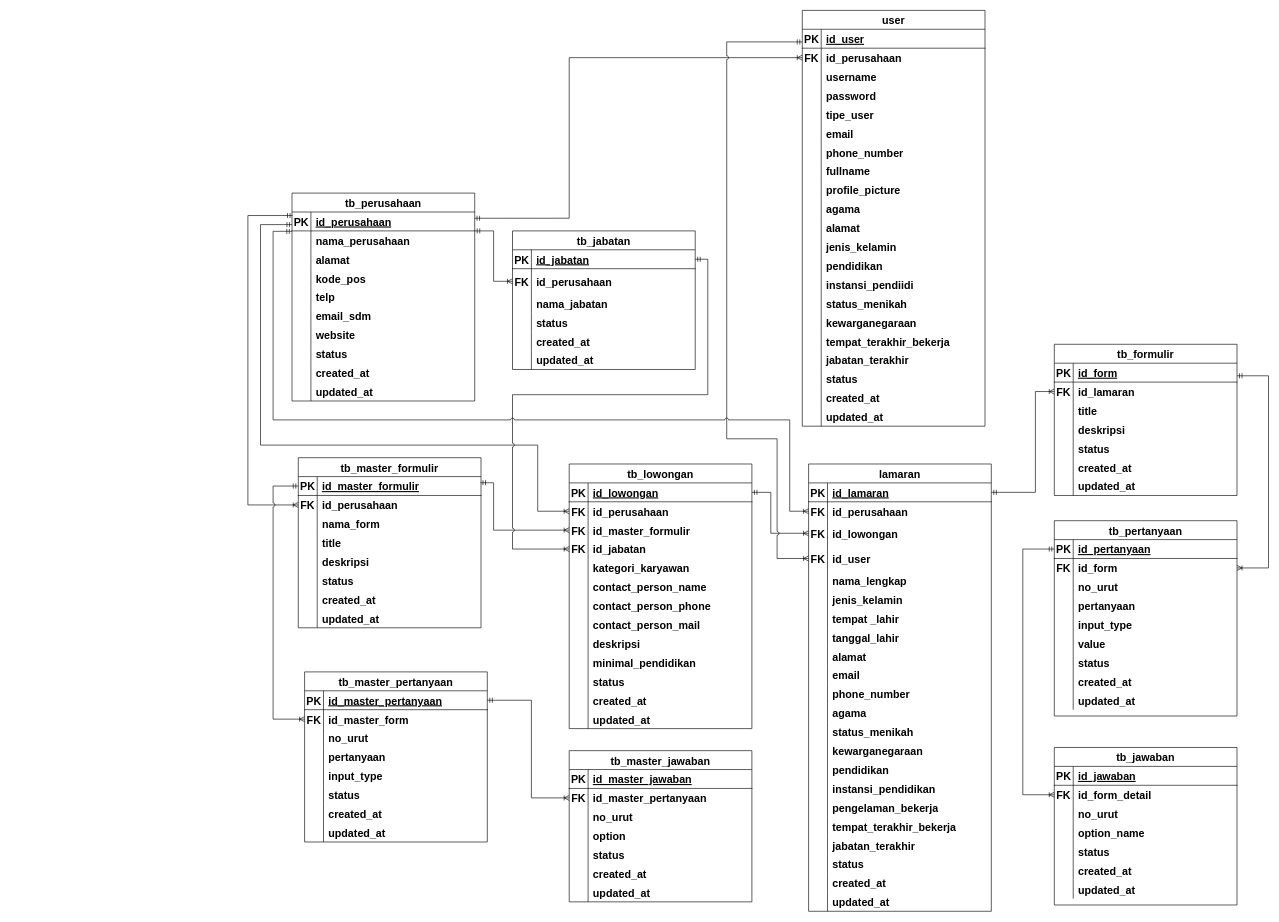
The draw.io diagram page "KONSEPTUAL v2" (5 of 5) of Rancanngan Basis Data.drawio in keys2505/tugas-akhir, before the edit. Source tidied: cells renumbered, new cells numbered last; positions are measured from the earlier drawing's top-left corner, leaving out a move shared by most shapes. Both pictures are drawn from the tidied source at 63%, with x=0, y=0 at pixel (248, 10).
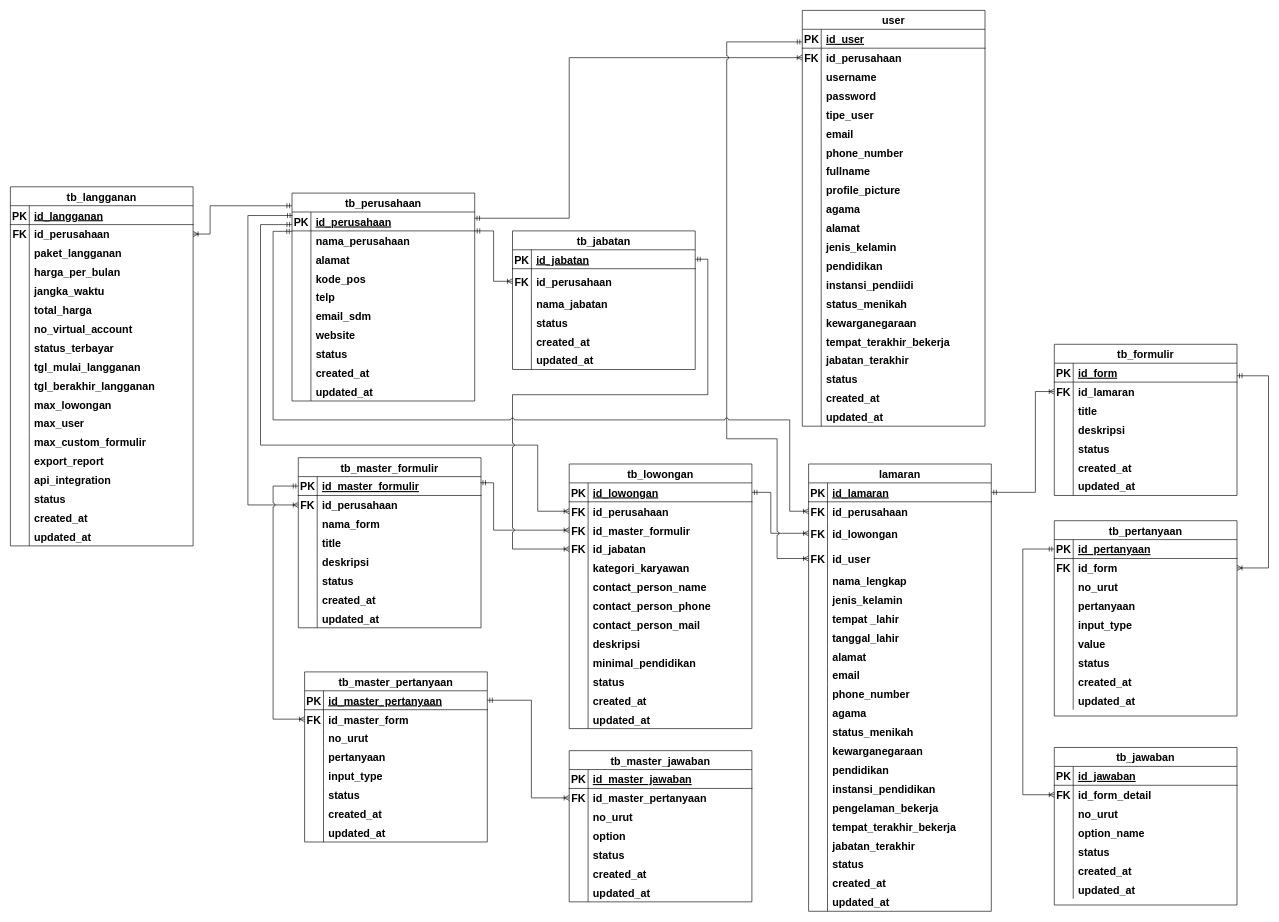
After the change.

The change refers to these unchanged cells:
```xml
<mxCell id="2" value="tb_perusahaan" style="shape=table;startSize=30;childLayout=tableLayout;rowLines=0;fontStyle=1;align=center;fontSize=17;" parent="1" vertex="1">
  <mxGeometry x="70" y="290" width="290" height="330" as="geometry" />
</mxCell>
```

What changed in the source:
```diff
@@
+    <mxCell id="381" value="tb_langganan" style="shape=table;startSize=30;childLayout=tableLayout;rowLines=0;fontStyle=1;align=center;fontSize=17;" parent="1" vertex="1">
+      <mxGeometry x="-377" y="280" width="290" height="570" as="geometry" />
+    </mxCell>
+    <mxCell id="382" style="shape=partialRectangle;fillColor=none;top=0;left=0;right=0;bottom=1;fontSize=17;fontStyle=1;" parent="381" vertex="1">
+      <mxGeometry y="30" width="290" height="30" as="geometry" />
+    </mxCell>
+    <mxCell id="383" value="PK" style="shape=partialRectangle;overflow=hidden;fillColor=none;top=0;left=0;bottom=0;right=0;fontStyle=1;fontSize=17;" parent="382" vertex="1">
+      <mxGeometry width="30" height="30" as="geometry" />
+    </mxCell>
+    <mxCell id="384" value="id_langganan" style="shape=partialRectangle;overflow=hidden;fillColor=none;top=0;left=0;bottom=0;right=0;align=left;spacingLeft=6;fontStyle=5;fontSize=17;" parent="382" vertex="1">
+      <mxGeometry x="30" width="260" height="30" as="geometry" />
+    </mxCell>
+    <mxCell id="385" style="shape=partialRectangle;fillColor=none;points=[[0,0.5],[1,0.5]];portConstraint=eastwest;top=0;left=0;right=0;bottom=0;fontSize=17;fontStyle=1;" parent="381" vertex="1">
+      <mxGeometry y="60" width="290" height="30" as="geometry" />
+    </mxCell>
+    <mxCell id="386" value="FK" style="shape=partialRectangle;overflow=hidden;fillColor=none;top=0;left=0;bottom=0;right=0;fontSize=17;fontStyle=1;" parent="385" vertex="1">
+      <mxGeometry width="30" height="30" as="geometry" />
+    </mxCell>
+    <mxCell id="387" value="id_perusahaan" style="shape=partialRectangle;overflow=hidden;fillColor=none;top=0;left=0;bottom=0;right=0;align=left;spacingLeft=6;fontSize=17;fontStyle=1;" parent="385" vertex="1">
+      <mxGeometry x="30" width="260" height="30" as="geometry" />
+    </mxCell>
+    <mxCell id="388" style="shape=partialRectangle;fillColor=none;top=0;left=0;right=0;bottom=0;fontSize=17;fontStyle=1;" parent="381" vertex="1">
+      <mxGeometry y="90" width="290" height="30" as="geometry" />
+    </mxCell>
+    <mxCell id="389" style="shape=partialRectangle;overflow=hidden;fillColor=none;top=0;left=0;bottom=0;right=0;fontSize=17;fontStyle=1;" parent="388" vertex="1">
+      <mxGeometry width="30" height="30" as="geometry" />
+    </mxCell>
+    <mxCell id="390" value="paket_langganan " style="shape=partialRectangle;overflow=hidden;fillColor=none;top=0;left=0;bottom=0;right=0;align=left;spacingLeft=6;fontSize=17;fontStyle=1;" parent="388" vertex="1">
+      <mxGeometry x="30" width="260" height="30" as="geometry" />
+    </mxCell>
+    <mxCell id="391" style="shape=partialRectangle;fillColor=none;top=0;left=0;right=0;bottom=0;fontSize=17;fontStyle=1;" parent="381" vertex="1">
+      <mxGeometry y="120" width="290" height="30" as="geometry" />
+    </mxCell>
+    <mxCell id="392" style="shape=partialRectangle;overflow=hidden;fillColor=none;top=0;left=0;bottom=0;right=0;fontSize=17;fontStyle=1;" parent="391" vertex="1">
+      <mxGeometry width="30" height="30" as="geometry" />
+    </mxCell>
+    <mxCell id="393" value="harga_per_bulan" style="shape=partialRectangle;overflow=hidden;fillColor=none;top=0;left=0;bottom=0;right=0;align=left;spacingLeft=6;fontSize=17;fontStyle=1;" parent="391" vertex="1">
+      <mxGeometry x="30" width="260" height="30" as="geometry" />
+    </mxCell>
+    <mxCell id="394" style="shape=partialRectangle;fillColor=none;top=0;left=0;right=0;bottom=0;fontSize=17;fontStyle=1;" parent="381" vertex="1">
+      <mxGeometry y="150" width="290" height="30" as="geometry" />
+    </mxCell>
+    <mxCell id="395" style="shape=partialRectangle;overflow=hidden;fillColor=none;top=0;left=0;bottom=0;right=0;fontSize=17;fontStyle=1;" parent="394" vertex="1">
+      <mxGeometry width="30" height="30" as="geometry" />
+    </mxCell>
+    <mxCell id="396" value="jangka_waktu" style="shape=partialRectangle;overflow=hidden;fillColor=none;top=0;left=0;bottom=0;right=0;align=left;spacingLeft=6;fontSize=17;fontStyle=1;" parent="394" vertex="1">
+      <mxGeometry x="30" width="260" height="30" as="geometry" />
+    </mxCell>
+    <mxCell id="397" style="shape=partialRectangle;fillColor=none;top=0;left=0;right=0;bottom=0;fontSize=17;fontStyle=1;" parent="381" vertex="1">
+      <mxGeometry y="180" width="290" height="30" as="geometry" />
+    </mxCell>
+    <mxCell id="398" style="shape=partialRectangle;overflow=hidden;fillColor=none;top=0;left=0;bottom=0;right=0;fontSize=17;fontStyle=1;" parent="397" vertex="1">
+      <mxGeometry width="30" height="30" as="geometry" />
+    </mxCell>
+    <mxCell id="399" value="total_harga" style="shape=partialRectangle;overflow=hidden;fillColor=none;top=0;left=0;bottom=0;right=0;align=left;spacingLeft=6;fontSize=17;fontStyle=1;" parent="397" vertex="1">
+      <mxGeometry x="30" width="260" height="30" as="geometry" />
+    </mxCell>
+    <mxCell id="400" style="shape=partialRectangle;fillColor=none;top=0;left=0;right=0;bottom=0;fontSize=17;fontStyle=1;" parent="381" vertex="1">
+      <mxGeometry y="210" width="290" height="30" as="geometry" />
+    </mxCell>
+    <mxCell id="401" style="shape=partialRectangle;overflow=hidden;fillColor=none;top=0;left=0;bottom=0;right=0;fontSize=17;fontStyle=1;" parent="400" vertex="1">
+      <mxGeometry width="30" height="30" as="geometry" />
+    </mxCell>
+    <mxCell id="402" value="no_virtual_account" style="shape=partialRectangle;overflow=hidden;fillColor=none;top=0;left=0;bottom=0;right=0;align=left;spacingLeft=6;fontSize=17;fontStyle=1;" parent="400" vertex="1">
+      <mxGeometry x="30" width="260" height="30" as="geometry" />
+    </mxCell>
+    <mxCell id="403" style="shape=partialRectangle;fillColor=none;top=0;left=0;right=0;bottom=0;fontSize=17;fontStyle=1;" parent="381" vertex="1">
+      <mxGeometry y="240" width="290" height="30" as="geometry" />
+    </mxCell>
+    <mxCell id="404" style="shape=partialRectangle;overflow=hidden;fillColor=none;top=0;left=0;bottom=0;right=0;fontSize=17;fontStyle=1;" parent="403" vertex="1">
+      <mxGeometry width="30" height="30" as="geometry" />
+    </mxCell>
+    <mxCell id="405" value="status_terbayar" style="shape=partialRectangle;overflow=hidden;fillColor=none;top=0;left=0;bottom=0;right=0;align=left;spacingLeft=6;fontSize=17;fontStyle=1;" parent="403" vertex="1">
+      <mxGeometry x="30" width="260" height="30" as="geometry" />
+    </mxCell>
+    <mxCell id="406" style="shape=partialRectangle;fillColor=none;top=0;left=0;right=0;bottom=0;fontSize=17;fontStyle=1;" parent="381" vertex="1">
+      <mxGeometry y="270" width="290" height="30" as="geometry" />
+    </mxCell>
+    <mxCell id="407" style="shape=partialRectangle;overflow=hidden;fillColor=none;top=0;left=0;bottom=0;right=0;fontSize=17;fontStyle=1;" parent="406" vertex="1">
+      <mxGeometry width="30" height="30" as="geometry" />
+    </mxCell>
+    <mxCell id="408" value="tgl_mulai_langganan" style="shape=partialRectangle;overflow=hidden;fillColor=none;top=0;left=0;bottom=0;right=0;align=left;spacingLeft=6;fontSize=17;fontStyle=1;" parent="406" vertex="1">
+      <mxGeometry x="30" width="260" height="30" as="geometry" />
+    </mxCell>
+    <mxCell id="409" style="shape=partialRectangle;fillColor=none;top=0;left=0;right=0;bottom=0;fontSize=17;fontStyle=1;" parent="381" vertex="1">
+      <mxGeometry y="300" width="290" height="30" as="geometry" />
+    </mxCell>
+    <mxCell id="410" style="shape=partialRectangle;overflow=hidden;fillColor=none;top=0;left=0;bottom=0;right=0;fontSize=17;fontStyle=1;" parent="409" vertex="1">
+      <mxGeometry width="30" height="30" as="geometry" />
+    </mxCell>
+    <mxCell id="411" value="tgl_berakhir_langganan" style="shape=partialRectangle;overflow=hidden;fillColor=none;top=0;left=0;bottom=0;right=0;align=left;spacingLeft=6;fontSize=17;fontStyle=1;" parent="409" vertex="1">
+      <mxGeometry x="30" width="260" height="30" as="geometry" />
+    </mxCell>
+    <mxCell id="412" style="shape=partialRectangle;fillColor=none;top=0;left=0;right=0;bottom=0;fontSize=17;fontStyle=1;" parent="381" vertex="1">
+      <mxGeometry y="330" width="290" height="30" as="geometry" />
+    </mxCell>
+    <mxCell id="413" style="shape=partialRectangle;overflow=hidden;fillColor=none;top=0;left=0;bottom=0;right=0;fontSize=17;fontStyle=1;" parent="412" vertex="1">
+      <mxGeometry width="30" height="30" as="geometry" />
+    </mxCell>
+    <mxCell id="414" value="max_lowongan" style="shape=partialRectangle;overflow=hidden;fillColor=none;top=0;left=0;bottom=0;right=0;align=left;spacingLeft=6;fontSize=17;fontStyle=1;" parent="412" vertex="1">
+      <mxGeometry x="30" width="260" height="30" as="geometry" />
+    </mxCell>
+    <mxCell id="415" style="shape=partialRectangle;fillColor=none;top=0;left=0;right=0;bottom=0;fontSize=17;fontStyle=1;" parent="381" vertex="1">
+      <mxGeometry y="360" width="290" height="30" as="geometry" />
+    </mxCell>
+    <mxCell id="416" style="shape=partialRectangle;overflow=hidden;fillColor=none;top=0;left=0;bottom=0;right=0;fontSize=17;fontStyle=1;" parent="415" vertex="1">
+      <mxGeometry width="30" height="30" as="geometry" />
+    </mxCell>
+    <mxCell id="417" value="max_user" style="shape=partialRectangle;overflow=hidden;fillColor=none;top=0;left=0;bottom=0;right=0;align=left;spacingLeft=6;fontSize=17;fontStyle=1;" parent="415" vertex="1">
+      <mxGeometry x="30" width="260" height="30" as="geometry" />
+    </mxCell>
+    <mxCell id="418" style="shape=partialRectangle;fillColor=none;top=0;left=0;right=0;bottom=0;fontSize=17;fontStyle=1;" parent="381" vertex="1">
+      <mxGeometry y="390" width="290" height="30" as="geometry" />
+    </mxCell>
+    <mxCell id="419" style="shape=partialRectangle;overflow=hidden;fillColor=none;top=0;left=0;bottom=0;right=0;fontSize=17;fontStyle=1;" parent="418" vertex="1">
+      <mxGeometry width="30" height="30" as="geometry" />
+    </mxCell>
+    <mxCell id="420" value="max_custom_formulir" style="shape=partialRectangle;overflow=hidden;fillColor=none;top=0;left=0;bottom=0;right=0;align=left;spacingLeft=6;fontSize=17;fontStyle=1;" parent="418" vertex="1">
+      <mxGeometry x="30" width="260" height="30" as="geometry" />
+    </mxCell>
+    <mxCell id="421" style="shape=partialRectangle;fillColor=none;top=0;left=0;right=0;bottom=0;fontSize=17;fontStyle=1;" parent="381" vertex="1">
+      <mxGeometry y="420" width="290" height="30" as="geometry" />
+    </mxCell>
+    <mxCell id="422" style="shape=partialRectangle;overflow=hidden;fillColor=none;top=0;left=0;bottom=0;right=0;fontSize=17;fontStyle=1;" parent="421" vertex="1">
+      <mxGeometry width="30" height="30" as="geometry" />
+    </mxCell>
+    <mxCell id="423" value="export_report" style="shape=partialRectangle;overflow=hidden;fillColor=none;top=0;left=0;bottom=0;right=0;align=left;spacingLeft=6;fontSize=17;fontStyle=1;" parent="421" vertex="1">
+      <mxGeometry x="30" width="260" height="30" as="geometry" />
+    </mxCell>
+    <mxCell id="424" style="shape=partialRectangle;fillColor=none;top=0;left=0;right=0;bottom=0;fontSize=17;fontStyle=1;" parent="381" vertex="1">
+      <mxGeometry y="450" width="290" height="30" as="geometry" />
+    </mxCell>
+    <mxCell id="425" style="shape=partialRectangle;overflow=hidden;fillColor=none;top=0;left=0;bottom=0;right=0;fontSize=17;fontStyle=1;" parent="424" vertex="1">
+      <mxGeometry width="30" height="30" as="geometry" />
+    </mxCell>
+    <mxCell id="426" value="api_integration" style="shape=partialRectangle;overflow=hidden;fillColor=none;top=0;left=0;bottom=0;right=0;align=left;spacingLeft=6;fontSize=17;fontStyle=1;" parent="424" vertex="1">
+      <mxGeometry x="30" width="260" height="30" as="geometry" />
+    </mxCell>
+    <mxCell id="427" style="shape=partialRectangle;fillColor=none;top=0;left=0;right=0;bottom=0;fontSize=17;fontStyle=1;" parent="381" vertex="1">
+      <mxGeometry y="480" width="290" height="30" as="geometry" />
+    </mxCell>
+    <mxCell id="428" style="shape=partialRectangle;overflow=hidden;fillColor=none;top=0;left=0;bottom=0;right=0;fontSize=17;fontStyle=1;" parent="427" vertex="1">
+      <mxGeometry width="30" height="30" as="geometry" />
+    </mxCell>
+    <mxCell id="429" value="status" style="shape=partialRectangle;overflow=hidden;fillColor=none;top=0;left=0;bottom=0;right=0;align=left;spacingLeft=6;fontSize=17;fontStyle=1;" parent="427" vertex="1">
+      <mxGeometry x="30" width="260" height="30" as="geometry" />
+    </mxCell>
+    <mxCell id="430" style="shape=partialRectangle;fillColor=none;top=0;left=0;right=0;bottom=0;fontSize=17;fontStyle=1;" parent="381" vertex="1">
+      <mxGeometry y="510" width="290" height="30" as="geometry" />
+    </mxCell>
+    <mxCell id="431" style="shape=partialRectangle;overflow=hidden;fillColor=none;top=0;left=0;bottom=0;right=0;fontSize=17;fontStyle=1;" parent="430" vertex="1">
+      <mxGeometry width="30" height="30" as="geometry" />
+    </mxCell>
+    <mxCell id="432" value="created_at" style="shape=partialRectangle;overflow=hidden;fillColor=none;top=0;left=0;bottom=0;right=0;align=left;spacingLeft=6;fontSize=17;fontStyle=1;" parent="430" vertex="1">
+      <mxGeometry x="30" width="260" height="30" as="geometry" />
+    </mxCell>
+    <mxCell id="433" style="shape=partialRectangle;fillColor=none;top=0;left=0;right=0;bottom=0;fontSize=17;fontStyle=1;" parent="381" vertex="1">
+      <mxGeometry y="540" width="290" height="30" as="geometry" />
+    </mxCell>
+    <mxCell id="434" style="shape=partialRectangle;overflow=hidden;fillColor=none;top=0;left=0;bottom=0;right=0;fontSize=17;fontStyle=1;" parent="433" vertex="1">
+      <mxGeometry width="30" height="30" as="geometry" />
+    </mxCell>
+    <mxCell id="435" value="updated_at" style="shape=partialRectangle;overflow=hidden;fillColor=none;top=0;left=0;bottom=0;right=0;align=left;spacingLeft=6;fontSize=17;fontStyle=1;" parent="433" vertex="1">
+      <mxGeometry x="30" width="260" height="30" as="geometry" />
+    </mxCell>
+    <mxCell id="436" style="edgeStyle=orthogonalEdgeStyle;rounded=0;jettySize=auto;html=1;endArrow=ERoneToMany;endFill=0;startArrow=ERmandOne;startFill=0;fontSize=17;fontStyle=1;entryX=1;entryY=0.5;entryDx=0;entryDy=0;exitX=0;exitY=0.061;exitDx=0;exitDy=0;exitPerimeter=0;" parent="1" edge="1" source="2" target="385">
+      <mxGeometry relative="1" as="geometry">
+        <Array as="points">
+          <mxPoint x="-60" y="310" />
+          <mxPoint x="-60" y="355" />
+        </Array>
+      </mxGeometry>
+    </mxCell>
```
